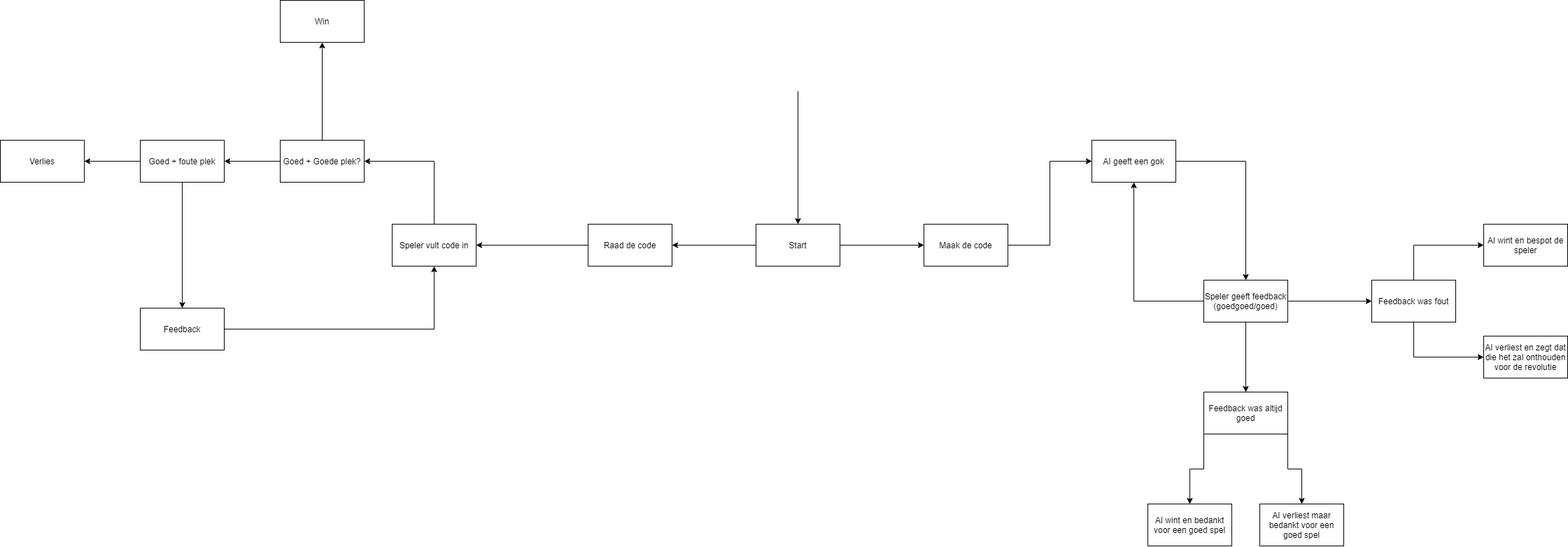
Earlier version of the draw.io export pythonProject/Overzicht Mastermind.png (Lancelot1106/HU_AI_Blok_C). Source tidied: cells renumbered, new cells last; positions are measured from the earlier drawing's top-left corner, leaving out a move shared by most shapes.
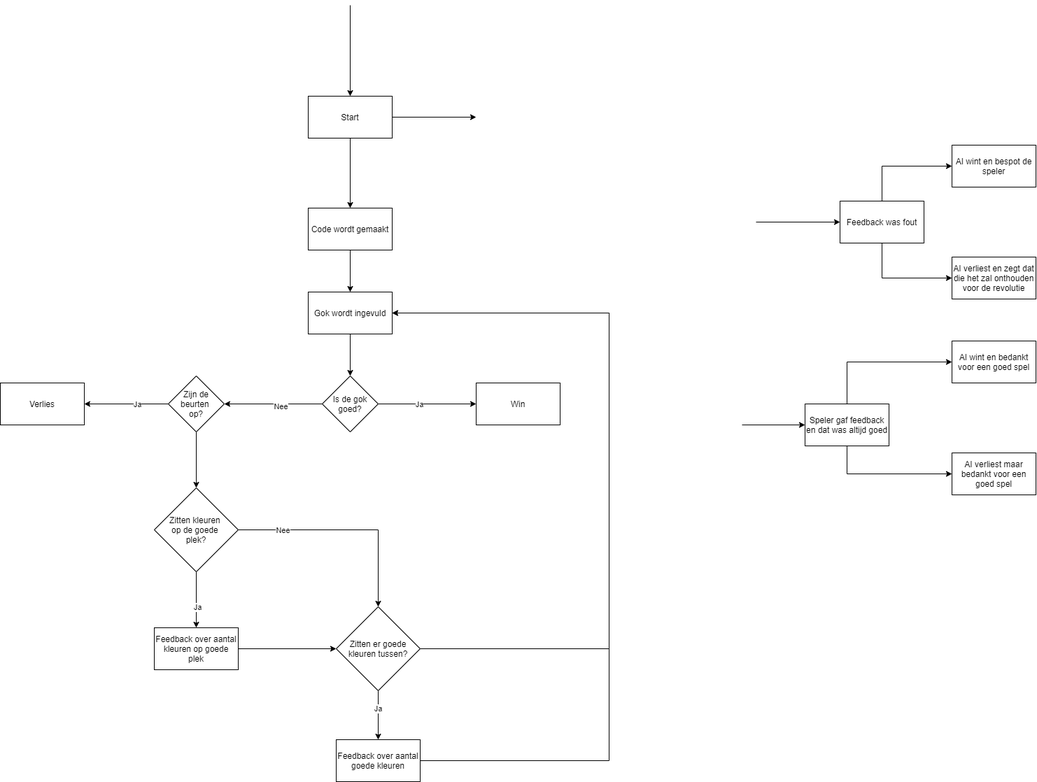
Later version of the same file.

What changed in the source:
```diff
@@ -2,86 +2,19 @@
   <root>
     <mxCell id="0" />
     <mxCell id="1" parent="0" />
-    <mxCell id="2" style="edgeStyle=orthogonalEdgeStyle;rounded=0;jettySize=auto;html=1;exitX=0;exitY=0.5;exitDx=0;exitDy=0;" parent="1" edge="1" source="4" target="6">
-      <mxGeometry relative="1" as="geometry" />
-    </mxCell>
-    <mxCell id="3" style="edgeStyle=orthogonalEdgeStyle;rounded=0;jettySize=auto;html=1;exitX=1;exitY=0.5;exitDx=0;exitDy=0;entryX=0;entryY=0.5;entryDx=0;entryDy=0;" parent="1" edge="1" source="4" target="8">
-      <mxGeometry relative="1" as="geometry" />
-    </mxCell>
-    <mxCell id="4" value="Start" style="rounded=0;whiteSpace=wrap;html=1;" parent="1" vertex="1">
-      <mxGeometry x="1080" y="320" width="120" height="60" as="geometry" />
-    </mxCell>
-    <mxCell id="5" style="edgeStyle=orthogonalEdgeStyle;rounded=0;jettySize=auto;html=1;exitX=0;exitY=0.5;exitDx=0;exitDy=0;" parent="1" edge="1" source="6" target="10">
-      <mxGeometry relative="1" as="geometry" />
-    </mxCell>
-    <mxCell id="6" value="Raad de code" style="rounded=0;whiteSpace=wrap;html=1;" parent="1" vertex="1">
-      <mxGeometry x="840" y="320" width="120" height="60" as="geometry" />
-    </mxCell>
-    <mxCell id="7" style="edgeStyle=orthogonalEdgeStyle;rounded=0;jettySize=auto;html=1;exitX=1;exitY=0.5;exitDx=0;exitDy=0;entryX=0;entryY=0.5;entryDx=0;entryDy=0;" parent="1" edge="1" source="8" target="21">
-      <mxGeometry relative="1" as="geometry" />
-    </mxCell>
-    <mxCell id="8" value="Maak de code" style="rounded=0;whiteSpace=wrap;html=1;" parent="1" vertex="1">
-      <mxGeometry x="1320" y="320" width="120" height="60" as="geometry" />
-    </mxCell>
-    <mxCell id="9" style="edgeStyle=orthogonalEdgeStyle;rounded=0;jettySize=auto;html=1;exitX=0.5;exitY=0;exitDx=0;exitDy=0;entryX=1;entryY=0.5;entryDx=0;entryDy=0;" parent="1" edge="1" source="10" target="13">
-      <mxGeometry relative="1" as="geometry" />
-    </mxCell>
-    <mxCell id="10" value="Speler vult code in" style="rounded=0;whiteSpace=wrap;html=1;" parent="1" vertex="1">
-      <mxGeometry x="560" y="320" width="120" height="60" as="geometry" />
-    </mxCell>
-    <mxCell id="11" style="edgeStyle=orthogonalEdgeStyle;rounded=0;jettySize=auto;html=1;exitX=0.5;exitY=0;exitDx=0;exitDy=0;entryX=0.5;entryY=1;entryDx=0;entryDy=0;" parent="1" edge="1" source="13" target="14">
-      <mxGeometry relative="1" as="geometry" />
-    </mxCell>
-    <mxCell id="12" style="edgeStyle=orthogonalEdgeStyle;rounded=0;jettySize=auto;html=1;exitX=0;exitY=0.5;exitDx=0;exitDy=0;entryX=1;entryY=0.5;entryDx=0;entryDy=0;" parent="1" edge="1" source="13" target="17">
-      <mxGeometry relative="1" as="geometry" />
-    </mxCell>
-    <mxCell id="13" value="Goed + Goede plek?" style="rounded=0;whiteSpace=wrap;html=1;" parent="1" vertex="1">
-      <mxGeometry x="400" y="200" width="120" height="60" as="geometry" />
-    </mxCell>
-    <mxCell id="14" value="Win" style="rounded=0;whiteSpace=wrap;html=1;" parent="1" vertex="1">
-      <mxGeometry x="400" width="120" height="60" as="geometry" />
-    </mxCell>
-    <mxCell id="15" style="edgeStyle=orthogonalEdgeStyle;rounded=0;jettySize=auto;html=1;exitX=0.5;exitY=1;exitDx=0;exitDy=0;entryX=0.5;entryY=0;entryDx=0;entryDy=0;" parent="1" edge="1" source="17" target="19">
-      <mxGeometry relative="1" as="geometry" />
-    </mxCell>
-    <mxCell id="16" style="edgeStyle=orthogonalEdgeStyle;rounded=0;jettySize=auto;html=1;exitX=0;exitY=0.5;exitDx=0;exitDy=0;entryX=1;entryY=0.5;entryDx=0;entryDy=0;" parent="1" edge="1" source="17" target="37">
-      <mxGeometry relative="1" as="geometry" />
-    </mxCell>
-    <mxCell id="17" value="Goed + foute plek" style="rounded=0;whiteSpace=wrap;html=1;" parent="1" vertex="1">
-      <mxGeometry x="200" y="200" width="120" height="60" as="geometry" />
-    </mxCell>
-    <mxCell id="18" style="edgeStyle=orthogonalEdgeStyle;rounded=0;jettySize=auto;html=1;exitX=1;exitY=0.5;exitDx=0;exitDy=0;entryX=0.5;entryY=1;entryDx=0;entryDy=0;" parent="1" edge="1" source="19" target="10">
-      <mxGeometry relative="1" as="geometry" />
-    </mxCell>
-    <mxCell id="19" value="Feedback" style="rounded=0;whiteSpace=wrap;html=1;" parent="1" vertex="1">
-      <mxGeometry x="200" y="440" width="120" height="60" as="geometry" />
-    </mxCell>
-    <mxCell id="20" style="edgeStyle=orthogonalEdgeStyle;rounded=0;jettySize=auto;html=1;exitX=1;exitY=0.5;exitDx=0;exitDy=0;entryX=0.5;entryY=0;entryDx=0;entryDy=0;" parent="1" edge="1" source="21" target="25">
-      <mxGeometry relative="1" as="geometry" />
-    </mxCell>
-    <mxCell id="21" value="AI geeft een gok" style="rounded=0;whiteSpace=wrap;html=1;" parent="1" vertex="1">
-      <mxGeometry x="1560" y="200" width="120" height="60" as="geometry" />
-    </mxCell>
-    <mxCell id="22" style="edgeStyle=orthogonalEdgeStyle;rounded=0;jettySize=auto;html=1;exitX=0;exitY=0.5;exitDx=0;exitDy=0;entryX=0.5;entryY=1;entryDx=0;entryDy=0;" parent="1" edge="1" source="25" target="21">
-      <mxGeometry relative="1" as="geometry" />
-    </mxCell>
-    <mxCell id="23" style="edgeStyle=orthogonalEdgeStyle;rounded=0;jettySize=auto;html=1;exitX=0.5;exitY=1;exitDx=0;exitDy=0;" parent="1" edge="1" source="25" target="28">
-      <mxGeometry relative="1" as="geometry" />
-    </mxCell>
-    <mxCell id="24" style="edgeStyle=orthogonalEdgeStyle;rounded=0;jettySize=auto;html=1;exitX=1;exitY=0.5;exitDx=0;exitDy=0;entryX=0;entryY=0.5;entryDx=0;entryDy=0;" parent="1" edge="1" source="25" target="31">
-      <mxGeometry relative="1" as="geometry" />
+    <mxCell id="24" style="edgeStyle=orthogonalEdgeStyle;rounded=0;jettySize=auto;html=1;exitX=1;exitY=0.5;exitDx=0;exitDy=0;entryX=0;entryY=0.5;entryDx=0;entryDy=0;" parent="1" edge="1" target="31">
+      <mxGeometry relative="1" as="geometry">
+        <mxPoint x="1840" y="430" as="sourcePoint" />
+      </mxGeometry>
     </mxCell>
-    <mxCell id="25" value="Speler geeft feedback&lt;br&gt;(goedgoed/goed)" style="rounded=0;whiteSpace=wrap;html=1;" parent="1" vertex="1">
-      <mxGeometry x="1720" y="400" width="120" height="60" as="geometry" />
-    </mxCell>
-    <mxCell id="26" style="edgeStyle=orthogonalEdgeStyle;rounded=0;jettySize=auto;html=1;exitX=0;exitY=1;exitDx=0;exitDy=0;entryX=0.5;entryY=0;entryDx=0;entryDy=0;" parent="1" edge="1" source="28" target="32">
+    <mxCell id="26" style="edgeStyle=orthogonalEdgeStyle;rounded=0;jettySize=auto;html=1;exitX=0.5;exitY=0;exitDx=0;exitDy=0;entryX=0;entryY=0.5;entryDx=0;entryDy=0;" parent="1" edge="1" source="28" target="32">
       <mxGeometry relative="1" as="geometry" />
     </mxCell>
-    <mxCell id="27" style="edgeStyle=orthogonalEdgeStyle;rounded=0;jettySize=auto;html=1;exitX=1;exitY=1;exitDx=0;exitDy=0;entryX=0.5;entryY=0;entryDx=0;entryDy=0;" parent="1" edge="1" source="28" target="33">
+    <mxCell id="27" style="edgeStyle=orthogonalEdgeStyle;rounded=0;jettySize=auto;html=1;exitX=0.5;exitY=1;exitDx=0;exitDy=0;entryX=0;entryY=0.5;entryDx=0;entryDy=0;" parent="1" edge="1" source="28" target="33">
       <mxGeometry relative="1" as="geometry" />
     </mxCell>
-    <mxCell id="28" value="Feedback was altijd goed" style="rounded=0;whiteSpace=wrap;html=1;" parent="1" vertex="1">
-      <mxGeometry x="1720" y="560" width="120" height="60" as="geometry" />
+    <mxCell id="28" value="Speler gaf feedback en dat was altijd goed" style="rounded=0;whiteSpace=wrap;html=1;" parent="1" vertex="1">
+      <mxGeometry x="1910" y="690" width="120" height="60" as="geometry" />
     </mxCell>
     <mxCell id="29" style="edgeStyle=orthogonalEdgeStyle;rounded=0;jettySize=auto;html=1;exitX=0.5;exitY=1;exitDx=0;exitDy=0;entryX=0;entryY=0.5;entryDx=0;entryDy=0;" parent="1" edge="1" source="31" target="34">
       <mxGeometry relative="1" as="geometry" />
@@ -93,10 +26,10 @@
       <mxGeometry x="1960" y="400" width="120" height="60" as="geometry" />
     </mxCell>
     <mxCell id="32" value="AI wint en bedankt voor een goed spel" style="rounded=0;whiteSpace=wrap;html=1;" parent="1" vertex="1">
-      <mxGeometry x="1640" y="720" width="120" height="60" as="geometry" />
+      <mxGeometry x="2120" y="600" width="120" height="60" as="geometry" />
     </mxCell>
     <mxCell id="33" value="AI verliest maar bedankt voor een goed spel" style="rounded=0;whiteSpace=wrap;html=1;" parent="1" vertex="1">
-      <mxGeometry x="1800" y="720" width="120" height="60" as="geometry" />
+      <mxGeometry x="2120" y="760" width="120" height="60" as="geometry" />
     </mxCell>
     <mxCell id="34" value="AI verliest en zegt dat die het zal onthouden voor de revolutie" style="rounded=0;whiteSpace=wrap;html=1;" parent="1" vertex="1">
       <mxGeometry x="2120" y="480" width="120" height="60" as="geometry" />
@@ -104,13 +37,120 @@
     <mxCell id="35" value="AI wint en bespot de speler" style="rounded=0;whiteSpace=wrap;html=1;" parent="1" vertex="1">
       <mxGeometry x="2120" y="320" width="120" height="60" as="geometry" />
     </mxCell>
-    <mxCell id="36" style="endArrow=classic;html=1;entryX=0.5;entryY=0;entryDx=0;entryDy=0;" parent="1" edge="1" target="4">
-      <mxGeometry relative="1" as="geometry">
-        <mxPoint x="1140" y="130" as="sourcePoint" />
-      </mxGeometry>
-    </mxCell>
+    <mxCell id="38" style="endArrow=classic;html=1;entryX=0;entryY=0.5;entryDx=0;entryDy=0;" parent="1" edge="1" target="28">
+      <mxGeometry relative="1" as="geometry">
+        <mxPoint x="1820" y="720" as="sourcePoint" />
+      </mxGeometry>
+    </mxCell>
+    <mxCell id="39" style="edgeStyle=orthogonalEdgeStyle;rounded=0;jettySize=auto;html=1;exitX=1;exitY=0.5;exitDx=0;exitDy=0;entryX=0;entryY=0.5;entryDx=0;entryDy=0;" parent="1" edge="1" source="4">
+      <mxGeometry relative="1" as="geometry">
+        <mxPoint x="1440" y="280" as="targetPoint" />
+      </mxGeometry>
+    </mxCell>
+    <mxCell id="40" style="edgeStyle=orthogonalEdgeStyle;rounded=0;jettySize=auto;html=1;exitX=0.5;exitY=1;exitDx=0;exitDy=0;entryX=0.5;entryY=0;entryDx=0;entryDy=0;" parent="1" edge="1" source="4" target="43">
+      <mxGeometry relative="1" as="geometry" />
+    </mxCell>
+    <mxCell id="4" value="Start" style="rounded=0;whiteSpace=wrap;html=1;" parent="1" vertex="1">
+      <mxGeometry x="1200" y="250" width="120" height="60" as="geometry" />
+    </mxCell>
+    <mxCell id="41" style="endArrow=classic;html=1;entryX=0.5;entryY=0;entryDx=0;entryDy=0;" parent="1" edge="1" target="4">
+      <mxGeometry relative="1" as="geometry">
+        <mxPoint x="1260" y="120" as="sourcePoint" />
+      </mxGeometry>
+    </mxCell>
+    <mxCell id="42" style="edgeStyle=orthogonalEdgeStyle;rounded=0;jettySize=auto;html=1;" parent="1" edge="1" source="43" target="45">
+      <mxGeometry relative="1" as="geometry" />
+    </mxCell>
+    <mxCell id="43" value="Code wordt gemaakt" style="rounded=0;whiteSpace=wrap;html=1;" parent="1" vertex="1">
+      <mxGeometry x="1200" y="410" width="120" height="60" as="geometry" />
+    </mxCell>
+    <mxCell id="44" style="edgeStyle=orthogonalEdgeStyle;rounded=0;jettySize=auto;html=1;exitX=0.5;exitY=1;exitDx=0;exitDy=0;entryX=0.5;entryY=0;entryDx=0;entryDy=0;" parent="1" edge="1" source="45" target="50">
+      <mxGeometry relative="1" as="geometry" />
+    </mxCell>
+    <mxCell id="45" value="Gok wordt ingevuld" style="rounded=0;whiteSpace=wrap;html=1;" parent="1" vertex="1">
+      <mxGeometry x="1200" y="530" width="120" height="60" as="geometry" />
+    </mxCell>
+    <mxCell id="46" style="edgeStyle=orthogonalEdgeStyle;rounded=0;jettySize=auto;html=1;exitX=1;exitY=0.5;exitDx=0;exitDy=0;entryX=0;entryY=0.5;entryDx=0;entryDy=0;" parent="1" edge="1" source="50" target="14">
+      <mxGeometry relative="1" as="geometry" />
+    </mxCell>
+    <mxCell id="47" value="Ja" style="edgeLabel;html=1;align=center;verticalAlign=middle;" parent="46" vertex="1">
+      <mxGeometry x="-0.17" relative="1" as="geometry" />
+    </mxCell>
+    <mxCell id="48" style="edgeStyle=orthogonalEdgeStyle;rounded=0;jettySize=auto;html=1;exitX=0;exitY=0.5;exitDx=0;exitDy=0;entryX=1;entryY=0.5;entryDx=0;entryDy=0;" parent="1" edge="1" source="50" target="54">
+      <mxGeometry relative="1" as="geometry" />
+    </mxCell>
+    <mxCell id="49" value="Nee" style="edgeLabel;html=1;align=center;verticalAlign=middle;" parent="48" vertex="1">
+      <mxGeometry x="-0.15" y="3" relative="1" as="geometry" />
+    </mxCell>
+    <mxCell id="50" value="Is de gok goed?" style="rhombus;whiteSpace=wrap;html=1;" parent="1" vertex="1">
+      <mxGeometry x="1220" y="650" width="80" height="80" as="geometry" />
+    </mxCell>
+    <mxCell id="14" value="Win" style="rounded=0;whiteSpace=wrap;html=1;" parent="1" vertex="1">
+      <mxGeometry x="1440" y="660" width="120" height="60" as="geometry" />
+    </mxCell>
+    <mxCell id="51" style="edgeStyle=orthogonalEdgeStyle;rounded=0;jettySize=auto;html=1;exitX=0;exitY=0.5;exitDx=0;exitDy=0;entryX=1;entryY=0.5;entryDx=0;entryDy=0;" parent="1" edge="1" source="54" target="37">
+      <mxGeometry relative="1" as="geometry" />
+    </mxCell>
+    <mxCell id="52" value="Ja" style="edgeLabel;html=1;align=center;verticalAlign=middle;" parent="51" vertex="1">
+      <mxGeometry x="-0.24" relative="1" as="geometry" />
+    </mxCell>
+    <mxCell id="53" style="edgeStyle=orthogonalEdgeStyle;rounded=0;jettySize=auto;html=1;exitX=0.5;exitY=1;exitDx=0;exitDy=0;entryX=0.5;entryY=0;entryDx=0;entryDy=0;" parent="1" edge="1" source="54" target="59">
+      <mxGeometry relative="1" as="geometry" />
+    </mxCell>
+    <mxCell id="54" value="Zijn de beurten &lt;br&gt;op?" style="rhombus;whiteSpace=wrap;html=1;" parent="1" vertex="1">
+      <mxGeometry x="1000" y="650" width="80" height="80" as="geometry" />
+    </mxCell>
     <mxCell id="37" value="Verlies" style="rounded=0;whiteSpace=wrap;html=1;" parent="1" vertex="1">
-      <mxGeometry y="200" width="120" height="60" as="geometry" />
+      <mxGeometry x="760" y="660" width="120" height="60" as="geometry" />
     </mxCell>
+    <mxCell id="55" style="edgeStyle=orthogonalEdgeStyle;rounded=0;jettySize=auto;html=1;exitX=0.5;exitY=1;exitDx=0;exitDy=0;entryX=0.5;entryY=0;entryDx=0;entryDy=0;" parent="1" edge="1" source="59" target="65">
+      <mxGeometry relative="1" as="geometry" />
+    </mxCell>
+    <mxCell id="56" value="Ja" style="edgeLabel;html=1;align=center;verticalAlign=middle;" parent="55" vertex="1">
+      <mxGeometry x="0.25" y="1" relative="1" as="geometry" />
+    </mxCell>
+    <mxCell id="57" style="edgeStyle=orthogonalEdgeStyle;rounded=0;jettySize=auto;html=1;exitX=1;exitY=0.5;exitDx=0;exitDy=0;entryX=0.5;entryY=0;entryDx=0;entryDy=0;" parent="1" edge="1" source="59" target="63">
+      <mxGeometry relative="1" as="geometry" />
+    </mxCell>
+    <mxCell id="58" value="Nee" style="edgeLabel;html=1;align=center;verticalAlign=middle;" parent="57" vertex="1">
+      <mxGeometry x="-0.6" relative="1" as="geometry" />
+    </mxCell>
+    <mxCell id="59" value="Zitten kleuren &lt;br&gt;op de goede &lt;br&gt;plek?" style="rhombus;whiteSpace=wrap;html=1;" parent="1" vertex="1">
+      <mxGeometry x="980" y="810" width="120" height="120" as="geometry" />
+    </mxCell>
+    <mxCell id="60" style="edgeStyle=orthogonalEdgeStyle;rounded=0;jettySize=auto;html=1;exitX=0.5;exitY=1;exitDx=0;exitDy=0;entryX=0.5;entryY=0;entryDx=0;entryDy=0;" parent="1" edge="1" source="63" target="67">
+      <mxGeometry relative="1" as="geometry" />
+    </mxCell>
+    <mxCell id="61" value="Ja" style="edgeLabel;html=1;align=center;verticalAlign=middle;" parent="60" vertex="1">
+      <mxGeometry x="-0.29" y="-1" relative="1" as="geometry" />
+    </mxCell>
+    <mxCell id="62" style="edgeStyle=orthogonalEdgeStyle;rounded=0;jettySize=auto;html=1;exitX=1;exitY=0.5;exitDx=0;exitDy=0;entryX=1;entryY=0.5;entryDx=0;entryDy=0;" parent="1" edge="1" source="63" target="45">
+      <mxGeometry relative="1" as="geometry">
+        <Array as="points">
+          <mxPoint x="1630" y="1040" />
+          <mxPoint x="1630" y="560" />
+        </Array>
+      </mxGeometry>
+    </mxCell>
+    <mxCell id="63" value="Zitten er goede kleuren tussen?" style="rhombus;whiteSpace=wrap;html=1;" parent="1" vertex="1">
+      <mxGeometry x="1240" y="980" width="120" height="120" as="geometry" />
+    </mxCell>
+    <mxCell id="64" style="edgeStyle=orthogonalEdgeStyle;rounded=0;jettySize=auto;html=1;exitX=1;exitY=0.5;exitDx=0;exitDy=0;" parent="1" edge="1" source="65" target="63">
+      <mxGeometry relative="1" as="geometry" />
+    </mxCell>
+    <mxCell id="65" value="Feedback over aantal kleuren op goede plek" style="rounded=0;whiteSpace=wrap;html=1;" parent="1" vertex="1">
+      <mxGeometry x="980" y="1010" width="120" height="60" as="geometry" />
+    </mxCell>
+    <mxCell id="66" style="edgeStyle=orthogonalEdgeStyle;rounded=0;jettySize=auto;html=1;exitX=1;exitY=0.5;exitDx=0;exitDy=0;entryX=1;entryY=0.5;entryDx=0;entryDy=0;" parent="1" edge="1" source="67" target="45">
+      <mxGeometry relative="1" as="geometry">
+        <Array as="points">
+          <mxPoint x="1630" y="1200" />
+          <mxPoint x="1630" y="560" />
+        </Array>
+      </mxGeometry>
+    </mxCell>
+    <mxCell id="67" value="Feedback over aantal goede kleuren" style="rounded=0;whiteSpace=wrap;html=1;" parent="1" vertex="1">
+      <mxGeometry x="1240" y="1170" width="120" height="60" as="geometry" />
+    </mxCell>
   </root>
 </mxGraphModel>
```
